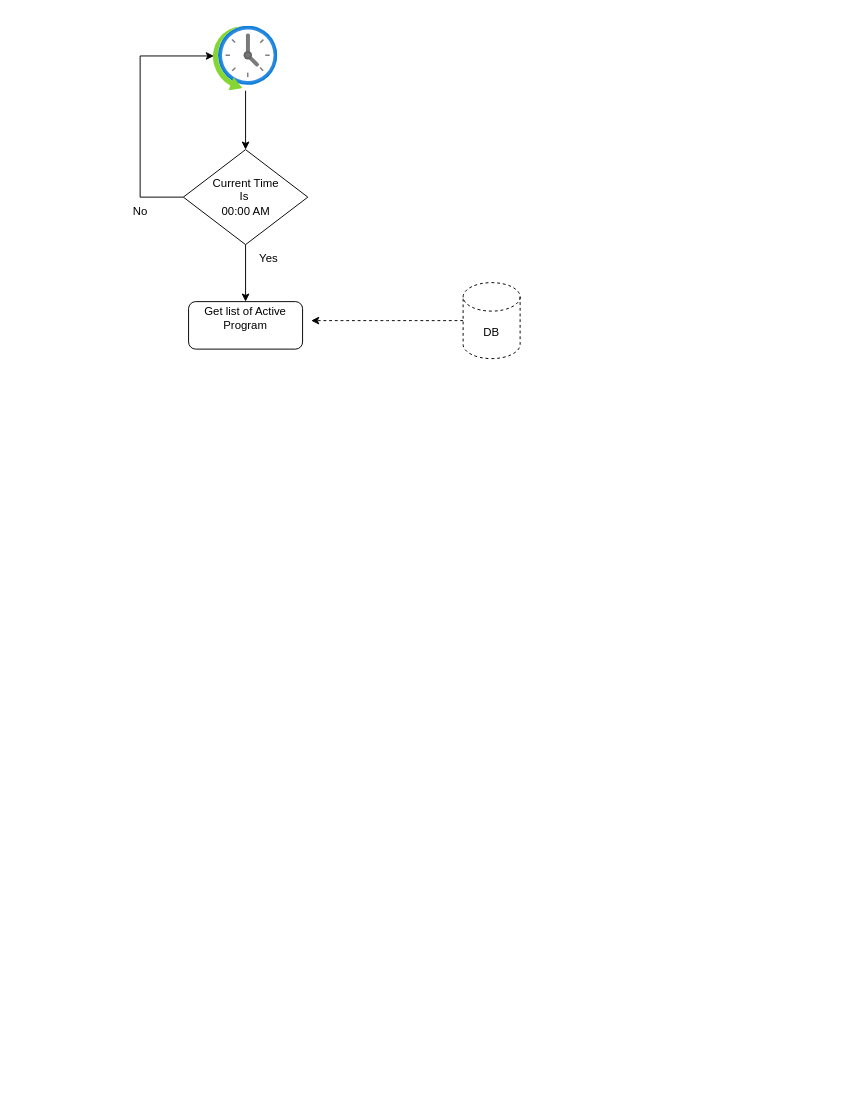
Earlier version of the draw.io diagram Orchestration_KickOff_Daily_Architech.drawio (lnsbinh/rule-charts). Source tidied: cells renumbered, new cells numbered last; positions are measured from the earlier drawing's top-left corner, leaving out a move shared by most shapes. Both pictures are drawn from the tidied source at 95%, with x=0, y=0 at pixel (121, 26).
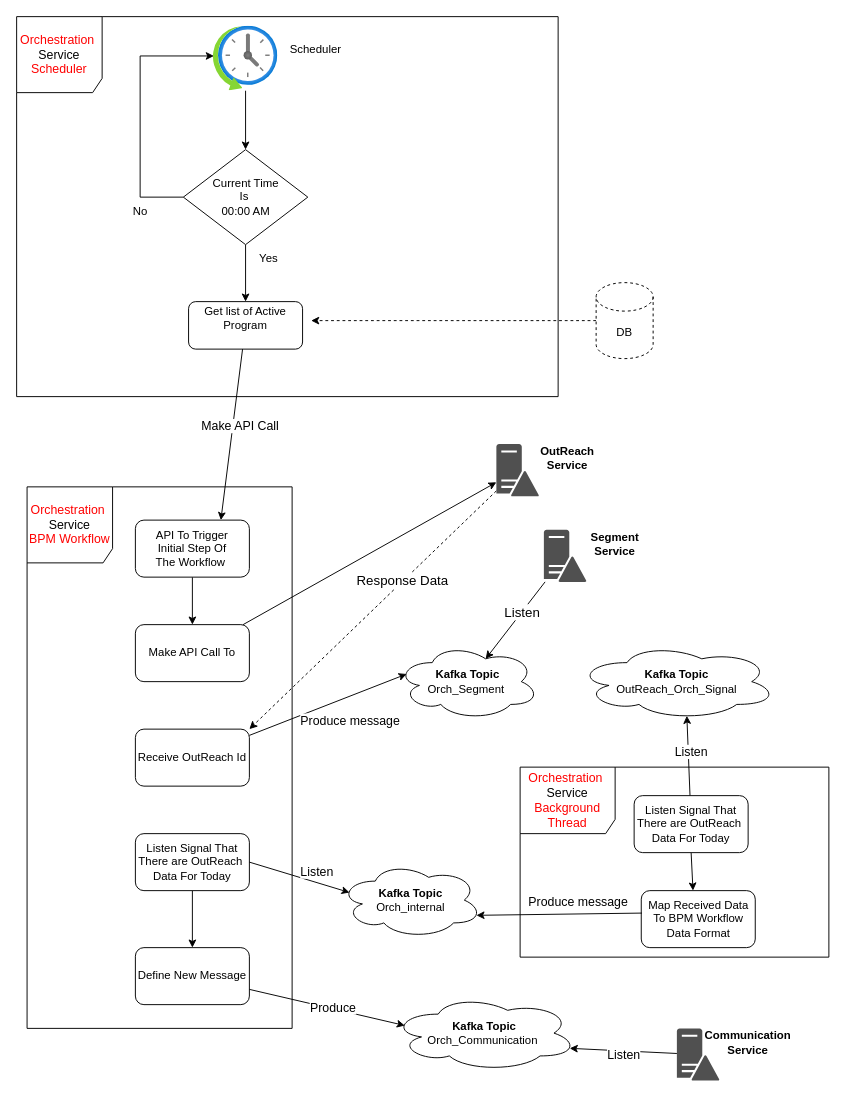
Above is the later version.

Unchanged cells that the change refers to:
```xml
<mxCell id="8" value="Get list of Active Program&lt;div&gt;&lt;br&gt;&lt;/div&gt;" style="rounded=1;whiteSpace=wrap;html=1;" parent="1" vertex="1">
  <mxGeometry x="71" y="290" width="120" height="50" as="geometry" />
</mxCell>
```

Change to the diagram source:
```diff
@@
+    <mxCell id="12" style="rounded=0;jettySize=auto;html=1;entryX=0.75;entryY=0;entryDx=0;entryDy=0;" parent="1" edge="1" source="8" target="20">
+      <mxGeometry relative="1" as="geometry" />
+    </mxCell>
+    <mxCell id="13" value="&lt;font style=&quot;font-size: 13px;&quot;&gt;Make API Call&amp;nbsp;&lt;/font&gt;" style="edgeLabel;html=1;align=center;verticalAlign=middle;" parent="12" vertex="1">
+      <mxGeometry x="-0.52" y="2" relative="1" as="geometry">
+        <mxPoint x="2" y="37" as="offset" />
+      </mxGeometry>
+    </mxCell>
@@
     <mxCell id="11" value="DB" style="shape=cylinder3;whiteSpace=wrap;html=1;boundedLbl=1;backgroundOutline=1;size=15;dashed=1;" parent="1" vertex="1">
-      <mxGeometry x="360" y="270" width="60" height="80" as="geometry" />
+      <mxGeometry x="500" y="270" width="60" height="80" as="geometry" />
     </mxCell>
+    <mxCell id="14" style="rounded=0;jettySize=auto;html=1;" parent="1" edge="1" source="15" target="27">
+      <mxGeometry relative="1" as="geometry" />
+    </mxCell>
+    <mxCell id="15" value="Make API Call To" style="rounded=1;whiteSpace=wrap;html=1;" parent="1" vertex="1">
+      <mxGeometry x="15" y="630" width="120" height="60" as="geometry" />
+    </mxCell>
+    <mxCell id="16" value="&lt;font style=&quot;font-size: 13px;&quot;&gt;&lt;font color=&quot;#ff0000&quot;&gt;Orchestration&amp;nbsp;&lt;/font&gt;&lt;br&gt;Service&lt;br&gt;&lt;font color=&quot;#ff0000&quot;&gt;Scheduler&lt;/font&gt;&lt;/font&gt;" style="shape=umlFrame;whiteSpace=wrap;html=1;width=90;height=80;" parent="1" vertex="1">
+      <mxGeometry x="-110" y="-10" width="570" height="400" as="geometry" />
+    </mxCell>
+    <mxCell id="17" value="Scheduler" style="text;html=1;align=center;verticalAlign=middle;whiteSpace=wrap;rounded=0;" parent="1" vertex="1">
+      <mxGeometry x="175" y="10" width="60" height="30" as="geometry" />
+    </mxCell>
+    <mxCell id="18" value="&lt;font style=&quot;font-size: 13px;&quot;&gt;&lt;font color=&quot;#ff0000&quot;&gt;Orchestration&amp;nbsp;&lt;/font&gt;&lt;br&gt;Service&lt;br&gt;&lt;font color=&quot;#ff0000&quot;&gt;BPM Workflow&lt;/font&gt;&lt;/font&gt;" style="shape=umlFrame;whiteSpace=wrap;html=1;width=90;height=80;" parent="1" vertex="1">
+      <mxGeometry x="-99" y="485" width="279" height="570" as="geometry" />
+    </mxCell>
+    <mxCell id="19" style="edgeStyle=orthogonalEdgeStyle;rounded=0;jettySize=auto;html=1;entryX=0.5;entryY=0;entryDx=0;entryDy=0;" parent="1" edge="1" source="20" target="15">
+      <mxGeometry relative="1" as="geometry" />
+    </mxCell>
+    <mxCell id="20" value="API To Trigger&lt;br&gt;Initial Step Of &lt;br&gt;The Workflow&amp;nbsp;" style="rounded=1;whiteSpace=wrap;html=1;" parent="1" vertex="1">
+      <mxGeometry x="15" y="520" width="120" height="60" as="geometry" />
+    </mxCell>
+    <mxCell id="21" value="Receive OutReach Id" style="rounded=1;whiteSpace=wrap;html=1;" parent="1" vertex="1">
+      <mxGeometry x="15" y="740" width="120" height="60" as="geometry" />
+    </mxCell>
+    <mxCell id="22" value="&lt;b&gt;Kafka Topic&lt;/b&gt;&lt;br&gt;Orch_Segment&amp;nbsp;" style="ellipse;shape=cloud;whiteSpace=wrap;html=1;" parent="1" vertex="1">
+      <mxGeometry x="290" y="650" width="150" height="80" as="geometry" />
+    </mxCell>
+    <mxCell id="23" style="rounded=0;jettySize=auto;html=1;entryX=0.07;entryY=0.4;entryDx=0;entryDy=0;entryPerimeter=0;" parent="1" edge="1" source="21" target="22">
+      <mxGeometry relative="1" as="geometry" />
+    </mxCell>
+    <mxCell id="24" value="&lt;font style=&quot;font-size: 13px;&quot;&gt;Produce message&lt;/font&gt;" style="edgeLabel;html=1;align=center;verticalAlign=middle;" parent="23" vertex="1">
+      <mxGeometry x="-0.35" y="-3" relative="1" as="geometry">
+        <mxPoint x="50" y="2" as="offset" />
+      </mxGeometry>
+    </mxCell>
+    <mxCell id="25" style="rounded=0;jettySize=auto;html=1;entryX=1;entryY=0;entryDx=0;entryDy=0;dashed=1;" parent="1" edge="1" source="27" target="21">
+      <mxGeometry relative="1" as="geometry" />
+    </mxCell>
+    <mxCell id="26" value="&lt;font style=&quot;font-size: 14px;&quot;&gt;Response Data&lt;/font&gt;" style="edgeLabel;html=1;align=center;verticalAlign=middle;" parent="25" vertex="1">
+      <mxGeometry x="-0.24" y="-1" relative="1" as="geometry" />
+    </mxCell>
+    <mxCell id="27" style="sketch=0;shadow=0;dashed=0;html=1;strokeColor=none;fillColor=#505050;labelPosition=center;verticalLabelPosition=bottom;verticalAlign=top;outlineConnect=0;align=center;shape=mxgraph.office.servers.domain_controller;" parent="1" vertex="1">
+      <mxGeometry x="395" y="440" width="45" height="55" as="geometry" />
+    </mxCell>
+    <mxCell id="28" value="&lt;b&gt;OutReach Service&lt;/b&gt;" style="text;html=1;align=center;verticalAlign=middle;whiteSpace=wrap;rounded=0;" parent="1" vertex="1">
+      <mxGeometry x="440" y="440" width="60" height="30" as="geometry" />
+    </mxCell>
+    <mxCell id="29" value="Define New Message" style="rounded=1;whiteSpace=wrap;html=1;" parent="1" vertex="1">
+      <mxGeometry x="15" y="970" width="120" height="60" as="geometry" />
+    </mxCell>
+    <mxCell id="30" value="&lt;font style=&quot;font-size: 13px;&quot; color=&quot;#ff0000&quot;&gt;Orchestration&amp;nbsp;&lt;/font&gt;&lt;br style=&quot;font-size: 13px;&quot;&gt;&lt;span style=&quot;font-size: 13px;&quot;&gt;Service&lt;/span&gt;&lt;br style=&quot;font-size: 13px;&quot;&gt;&lt;font style=&quot;font-size: 13px;&quot; color=&quot;#ff0000&quot;&gt;Background Thread&lt;/font&gt;" style="shape=umlFrame;whiteSpace=wrap;html=1;width=100;height=70;" parent="1" vertex="1">
+      <mxGeometry x="420" y="780" width="325" height="200" as="geometry" />
+    </mxCell>
+    <mxCell id="31" value="&lt;b&gt;Kafka Topic&lt;/b&gt;&lt;br&gt;OutReach_Orch_Signal" style="ellipse;shape=cloud;whiteSpace=wrap;html=1;" parent="1" vertex="1">
+      <mxGeometry x="480" y="650" width="210" height="80" as="geometry" />
+    </mxCell>
+    <mxCell id="32" style="rounded=0;jettySize=auto;html=1;entryX=0.55;entryY=0.95;entryDx=0;entryDy=0;entryPerimeter=0;" parent="1" edge="1" source="35" target="31">
+      <mxGeometry relative="1" as="geometry" />
+    </mxCell>
+    <mxCell id="33" value="&lt;font style=&quot;font-size: 13px;&quot;&gt;Listen&lt;/font&gt;" style="edgeLabel;html=1;align=center;verticalAlign=middle;" parent="32" vertex="1">
+      <mxGeometry x="0.1" y="-3" relative="1" as="geometry" />
+    </mxCell>
+    <mxCell id="34" style="rounded=0;jettySize=auto;html=1;exitX=0.5;exitY=1;exitDx=0;exitDy=0;entryX=0.454;entryY=-0.001;entryDx=0;entryDy=0;entryPerimeter=0;" parent="1" edge="1" source="35" target="36">
+      <mxGeometry relative="1" as="geometry" />
+    </mxCell>
+    <mxCell id="35" value="Listen Signal That&lt;br&gt;There are OutReach&amp;nbsp;&lt;br&gt;Data For Today" style="rounded=1;whiteSpace=wrap;html=1;" parent="1" vertex="1">
+      <mxGeometry x="540" y="810" width="120" height="60" as="geometry" />
+    </mxCell>
+    <mxCell id="36" value="Map Received Data&lt;br&gt;To BPM Workflow&lt;br&gt;Data Format" style="rounded=1;whiteSpace=wrap;html=1;" parent="1" vertex="1">
+      <mxGeometry x="547.5" y="910" width="120" height="60" as="geometry" />
+    </mxCell>
+    <mxCell id="37" value="&lt;b&gt;Kafka Topic&lt;/b&gt;&lt;br&gt;Orch_internal" style="ellipse;shape=cloud;whiteSpace=wrap;html=1;" parent="1" vertex="1">
+      <mxGeometry x="230" y="880" width="150" height="80" as="geometry" />
+    </mxCell>
+    <mxCell id="38" style="edgeStyle=orthogonalEdgeStyle;rounded=0;jettySize=auto;html=1;exitX=0.5;exitY=1;exitDx=0;exitDy=0;" parent="1" edge="1" source="39" target="29">
+      <mxGeometry relative="1" as="geometry" />
+    </mxCell>
+    <mxCell id="39" value="Listen Signal That&lt;br&gt;There are OutReach&amp;nbsp;&lt;br&gt;Data For Today" style="rounded=1;whiteSpace=wrap;html=1;" parent="1" vertex="1">
+      <mxGeometry x="15" y="850" width="120" height="60" as="geometry" />
+    </mxCell>
+    <mxCell id="40" style="rounded=0;jettySize=auto;html=1;exitX=0.006;exitY=0.394;exitDx=0;exitDy=0;entryX=0.96;entryY=0.7;entryDx=0;entryDy=0;entryPerimeter=0;exitPerimeter=0;" parent="1" edge="1" source="36" target="37">
+      <mxGeometry relative="1" as="geometry" />
+    </mxCell>
+    <mxCell id="41" value="&lt;font style=&quot;font-size: 13px;&quot;&gt;Produce message&lt;/font&gt;" style="edgeLabel;html=1;align=center;verticalAlign=middle;" parent="40" vertex="1">
+      <mxGeometry x="0.05" y="-3" relative="1" as="geometry">
+        <mxPoint x="23" y="-10" as="offset" />
+      </mxGeometry>
+    </mxCell>
+    <mxCell id="42" style="rounded=0;jettySize=auto;html=1;exitX=1;exitY=0.5;exitDx=0;exitDy=0;entryX=0.07;entryY=0.4;entryDx=0;entryDy=0;entryPerimeter=0;" parent="1" edge="1" source="39" target="37">
+      <mxGeometry relative="1" as="geometry" />
+    </mxCell>
+    <mxCell id="43" value="&lt;font style=&quot;font-size: 13px;&quot;&gt;Listen&lt;/font&gt;" style="edgeLabel;html=1;align=center;verticalAlign=middle;" parent="42" vertex="1">
+      <mxGeometry x="0.24" relative="1" as="geometry">
+        <mxPoint x="5" y="-10" as="offset" />
+      </mxGeometry>
+    </mxCell>
+    <mxCell id="44" style="sketch=0;shadow=0;dashed=0;html=1;strokeColor=none;fillColor=#505050;labelPosition=center;verticalLabelPosition=bottom;verticalAlign=top;outlineConnect=0;align=center;shape=mxgraph.office.servers.domain_controller;" parent="1" vertex="1">
+      <mxGeometry x="445" y="530" width="45" height="55" as="geometry" />
+    </mxCell>
+    <mxCell id="45" value="&lt;b&gt;Segment Service&lt;/b&gt;" style="text;html=1;align=center;verticalAlign=middle;whiteSpace=wrap;rounded=0;" parent="1" vertex="1">
+      <mxGeometry x="490" y="530" width="60" height="30" as="geometry" />
+    </mxCell>
+    <mxCell id="46" style="rounded=0;jettySize=auto;html=1;entryX=0.625;entryY=0.2;entryDx=0;entryDy=0;entryPerimeter=0;" parent="1" edge="1" source="44" target="22">
+      <mxGeometry relative="1" as="geometry" />
+    </mxCell>
+    <mxCell id="47" value="&lt;font style=&quot;font-size: 14px;&quot;&gt;Listen&lt;/font&gt;" style="edgeLabel;html=1;align=center;verticalAlign=middle;" parent="46" vertex="1">
+      <mxGeometry x="-0.22" y="-1" relative="1" as="geometry" />
+    </mxCell>
+    <mxCell id="48" value="&lt;b&gt;Kafka Topic&lt;/b&gt;&lt;br&gt;Orch_Communication&amp;nbsp;" style="ellipse;shape=cloud;whiteSpace=wrap;html=1;" parent="1" vertex="1">
+      <mxGeometry x="285" y="1020" width="195" height="80" as="geometry" />
+    </mxCell>
+    <mxCell id="49" style="rounded=0;jettySize=auto;html=1;entryX=0.07;entryY=0.4;entryDx=0;entryDy=0;entryPerimeter=0;" parent="1" edge="1" source="29" target="48">
+      <mxGeometry relative="1" as="geometry" />
+    </mxCell>
+    <mxCell id="50" value="&lt;font style=&quot;font-size: 13px;&quot;&gt;Produce&lt;/font&gt;" style="edgeLabel;html=1;align=center;verticalAlign=middle;" parent="49" vertex="1">
+      <mxGeometry x="0.06" y="2" relative="1" as="geometry" />
+    </mxCell>
+    <mxCell id="51" style="sketch=0;shadow=0;dashed=0;html=1;strokeColor=none;fillColor=#505050;labelPosition=center;verticalLabelPosition=bottom;verticalAlign=top;outlineConnect=0;align=center;shape=mxgraph.office.servers.domain_controller;" parent="1" vertex="1">
+      <mxGeometry x="585" y="1055" width="45" height="55" as="geometry" />
+    </mxCell>
+    <mxCell id="52" value="&lt;b&gt;Communication Service&lt;/b&gt;" style="text;html=1;align=center;verticalAlign=middle;whiteSpace=wrap;rounded=0;" parent="1" vertex="1">
+      <mxGeometry x="630" y="1055" width="60" height="30" as="geometry" />
+    </mxCell>
+    <mxCell id="53" style="rounded=0;jettySize=auto;html=1;entryX=0.96;entryY=0.7;entryDx=0;entryDy=0;entryPerimeter=0;" parent="1" edge="1" source="51" target="48">
+      <mxGeometry relative="1" as="geometry" />
+    </mxCell>
+    <mxCell id="54" value="&lt;font style=&quot;font-size: 13px;&quot;&gt;Listen&lt;/font&gt;" style="edgeLabel;html=1;align=center;verticalAlign=middle;" parent="53" vertex="1">
+      <mxGeometry y="4" relative="1" as="geometry" />
+    </mxCell>
```
